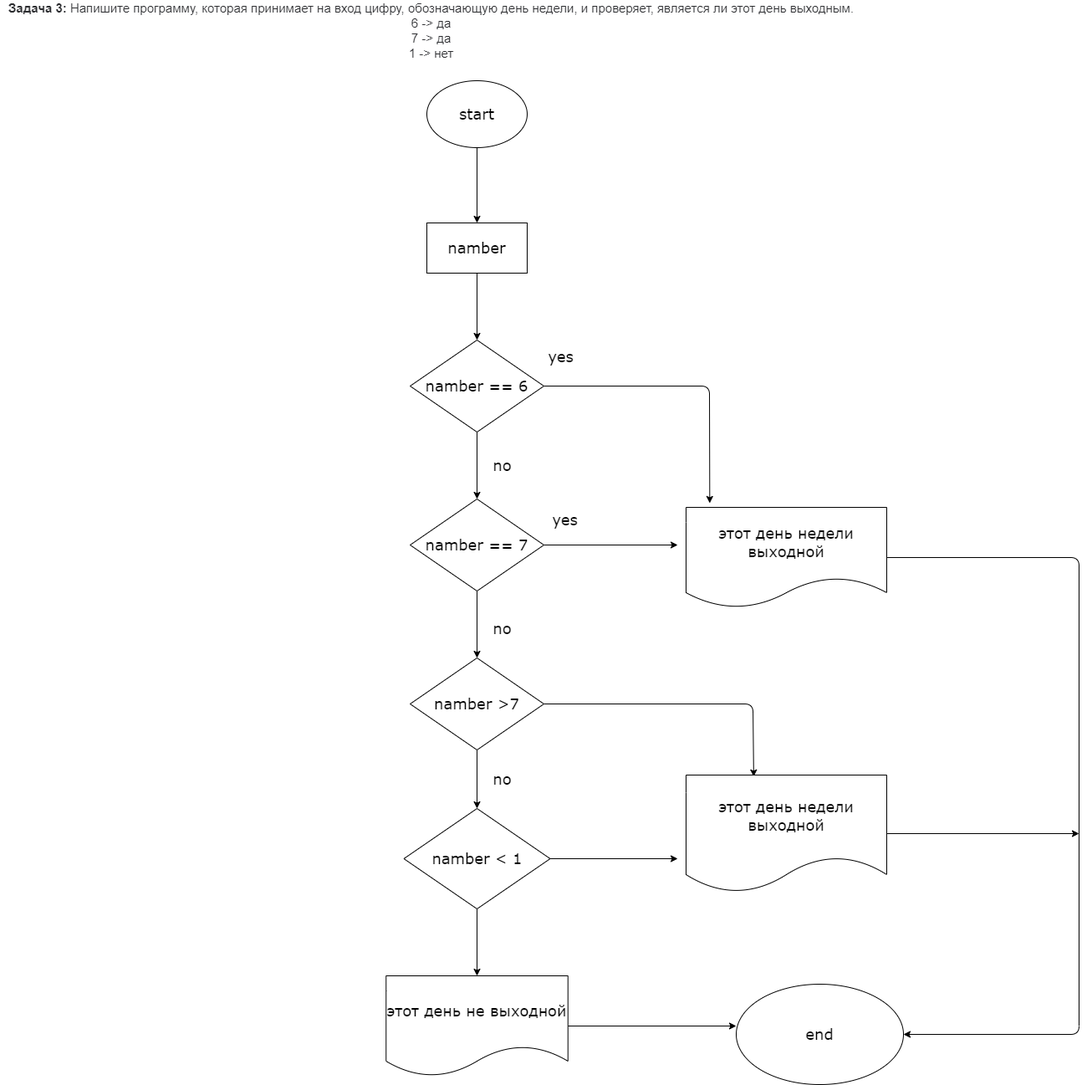
Earlier version of the draw.io export homework002/ex003/bs.drawio.png (AnanstasiyaGal/repo1). Source tidied: cells renumbered, new cells last; positions are measured from the earlier drawing's top-left corner, leaving out a move shared by most shapes.
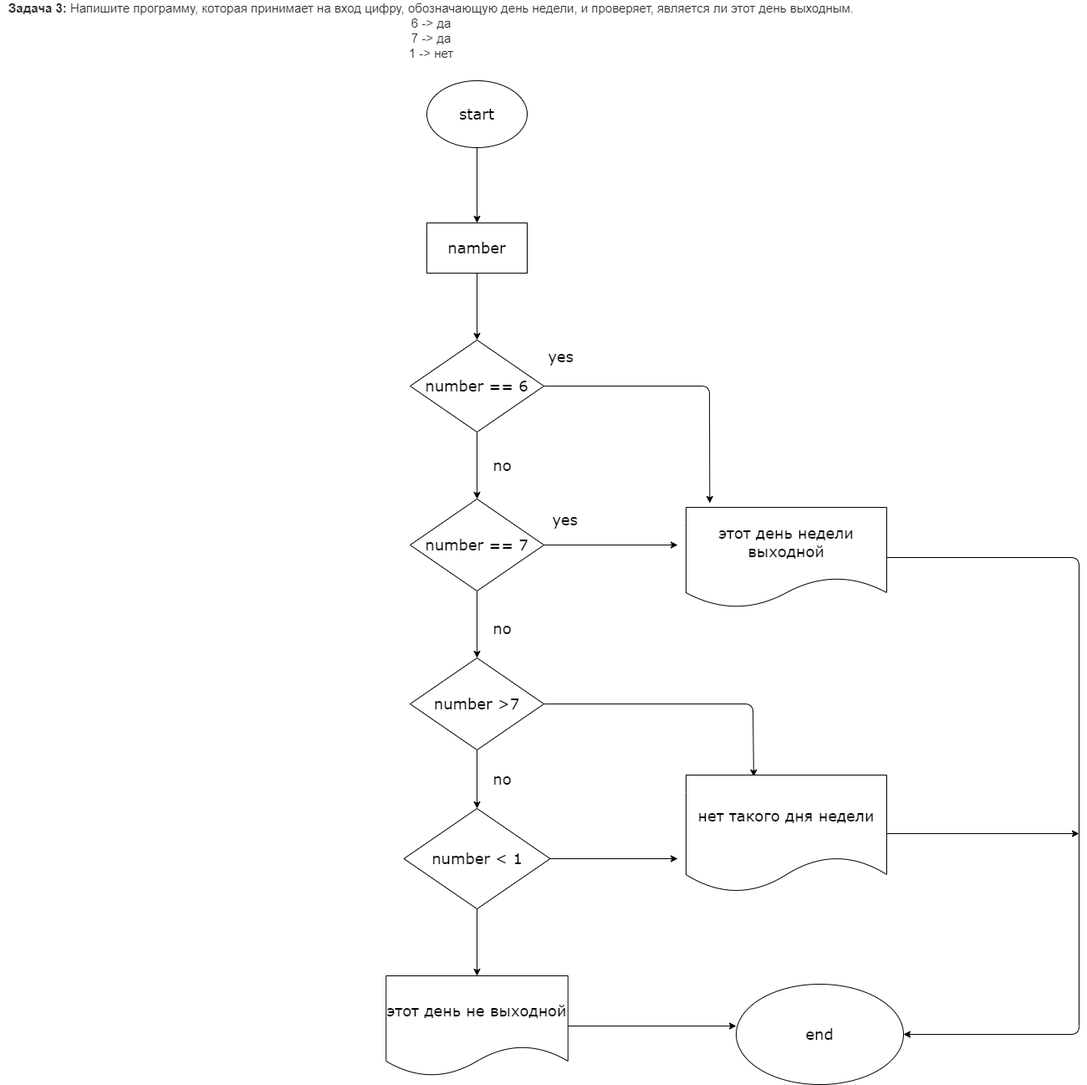
After the commit.

The edit, as a diff of the source:
```diff
@@ -27,7 +27,7 @@
         </Array>
       </mxGeometry>
     </mxCell>
-    <mxCell id="9" value="namber == 6" style="rhombus;whiteSpace=wrap;html=1;fontSize=18;fontFamily=Verdana;" parent="1" vertex="1">
+    <mxCell id="9" value="number == 6" style="rhombus;whiteSpace=wrap;html=1;fontSize=18;fontFamily=Verdana;" parent="1" vertex="1">
       <mxGeometry x="490" y="400" width="160" height="110" as="geometry" />
     </mxCell>
     <mxCell id="10" style="edgeStyle=none;html=1;exitX=1;exitY=0.5;exitDx=0;exitDy=0;fontFamily=Verdana;fontSize=18;" parent="1" edge="1" source="12">
@@ -38,7 +38,7 @@
     <mxCell id="11" style="edgeStyle=none;html=1;fontFamily=Verdana;fontSize=18;" parent="1" edge="1" source="12" target="20">
       <mxGeometry relative="1" as="geometry" />
     </mxCell>
-    <mxCell id="12" value="namber == 7" style="rhombus;whiteSpace=wrap;html=1;fontSize=18;fontFamily=Verdana;" parent="1" vertex="1">
+    <mxCell id="12" value="number == 7" style="rhombus;whiteSpace=wrap;html=1;fontSize=18;fontFamily=Verdana;" parent="1" vertex="1">
       <mxGeometry x="490" y="590" width="160" height="110" as="geometry" />
     </mxCell>
     <mxCell id="13" style="edgeStyle=none;html=1;exitX=1;exitY=0.5;exitDx=0;exitDy=0;fontFamily=Verdana;fontSize=18;entryX=1;entryY=0.5;entryDx=0;entryDy=0;" parent="1" edge="1" source="14" target="29">
@@ -71,7 +71,7 @@
         </Array>
       </mxGeometry>
     </mxCell>
-    <mxCell id="20" value="namber &amp;gt;7" style="rhombus;whiteSpace=wrap;html=1;fontSize=18;fontFamily=Verdana;" parent="1" vertex="1">
+    <mxCell id="20" value="number &amp;gt;7" style="rhombus;whiteSpace=wrap;html=1;fontSize=18;fontFamily=Verdana;" parent="1" vertex="1">
       <mxGeometry x="490" y="780" width="160" height="110" as="geometry" />
     </mxCell>
     <mxCell id="21" style="edgeStyle=none;html=1;exitX=1;exitY=0.5;exitDx=0;exitDy=0;fontFamily=Verdana;fontSize=18;" parent="1" edge="1" source="23">
@@ -84,7 +84,7 @@
         <mxPoint x="570" y="1160" as="targetPoint" />
       </mxGeometry>
     </mxCell>
-    <mxCell id="23" value="namber &amp;lt; 1" style="rhombus;whiteSpace=wrap;html=1;fontSize=18;fontFamily=Verdana;" parent="1" vertex="1">
+    <mxCell id="23" value="number &amp;lt; 1" style="rhombus;whiteSpace=wrap;html=1;fontSize=18;fontFamily=Verdana;" parent="1" vertex="1">
       <mxGeometry x="482.5" y="960" width="175" height="120" as="geometry" />
     </mxCell>
     <mxCell id="24" style="edgeStyle=none;html=1;exitX=1;exitY=0.5;exitDx=0;exitDy=0;fontFamily=Verdana;fontSize=18;" parent="1" edge="1" source="25">
@@ -92,7 +92,7 @@
         <mxPoint x="1290" y="990" as="targetPoint" />
       </mxGeometry>
     </mxCell>
-    <mxCell id="25" value="этот день недели выходной" style="shape=document;whiteSpace=wrap;html=1;boundedLbl=1;fontFamily=Verdana;fontSize=18;" parent="1" vertex="1">
+    <mxCell id="25" value="нет такого дня недели" style="shape=document;whiteSpace=wrap;html=1;boundedLbl=1;fontFamily=Verdana;fontSize=18;" parent="1" vertex="1">
       <mxGeometry x="820" y="920" width="240" height="140" as="geometry" />
     </mxCell>
     <mxCell id="26" value="no" style="text;html=1;align=center;verticalAlign=middle;strokeColor=none;fillColor=none;fontSize=18;fontFamily=Verdana;" parent="1" vertex="1">
```
